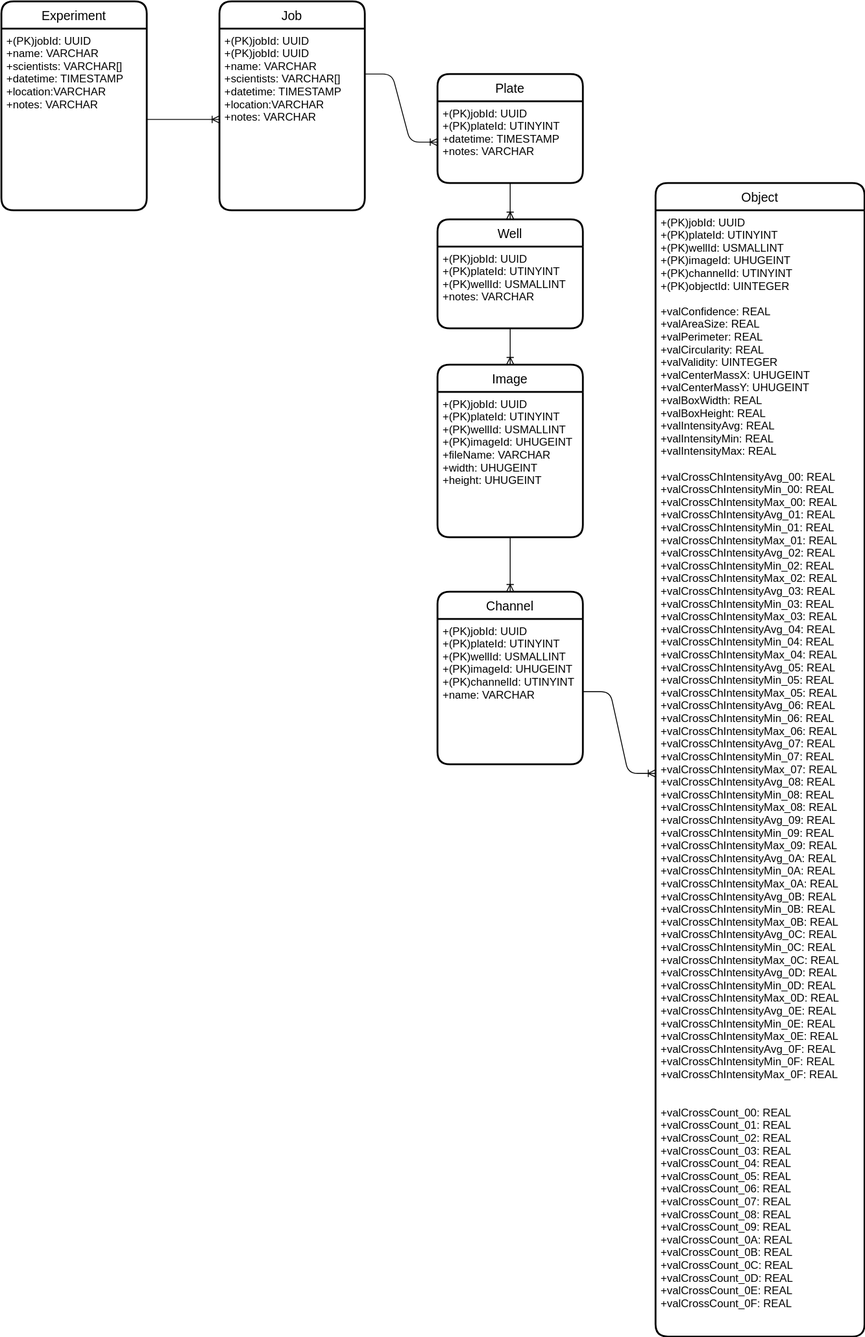
Before: doc/database.drawio.svg, a diagram exported from draw.io (joda01/imagec). Source tidied: cells renumbered, new cells last; positions are measured from the earlier drawing's top-left corner, leaving out a move shared by most shapes.
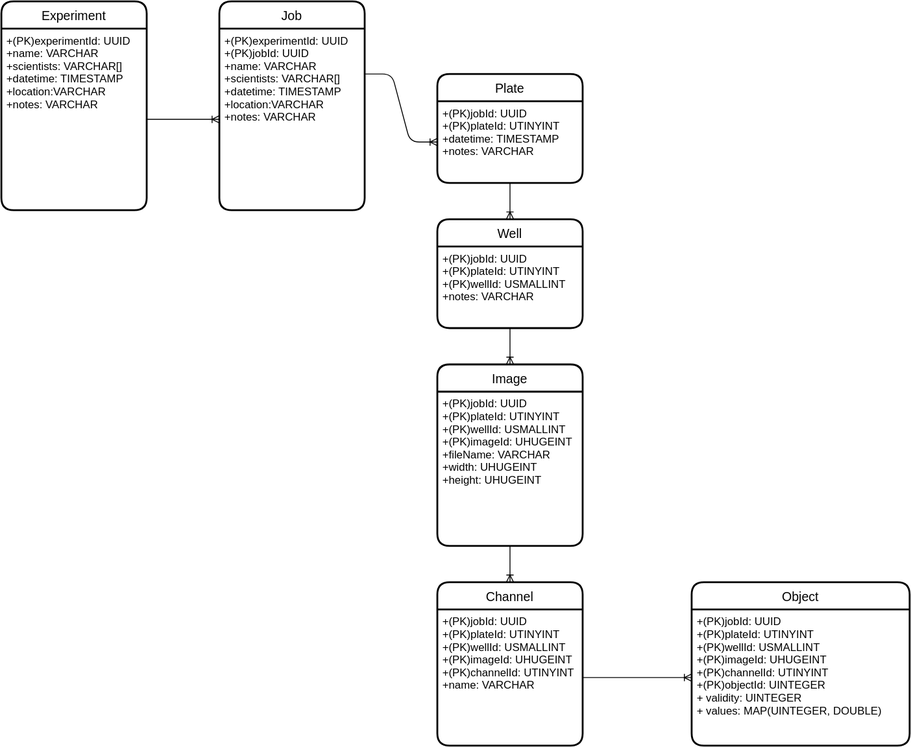
After the change.

The edit, as a diff of the source:
```diff
@@ -15,16 +15,16 @@
       <mxGeometry y="30" width="160" height="90" as="geometry" />
     </mxCell>
     <mxCell id="6" value="Image" style="swimlane;horizontal=1;startSize=30;rounded=1;fontSize=14;fontStyle=0;strokeWidth=2;shadow=0;dashed=0;align=center;" parent="1" vertex="1">
-      <mxGeometry x="480" y="400" width="160" height="190" as="geometry" />
+      <mxGeometry x="480" y="400" width="160" height="200" as="geometry" />
     </mxCell>
     <mxCell id="7" value="+(PK)jobId: UUID&#10;+(PK)plateId: UTINYINT&#10;+(PK)wellId: USMALLINT&#10;+(PK)imageId: UHUGEINT&#10;+fileName: VARCHAR&#10;+width: UHUGEINT&#10;+height: UHUGEINT" style="align=left;strokeColor=none;fillColor=none;spacingLeft=4;fontSize=12;verticalAlign=top;" parent="6" vertex="1">
-      <mxGeometry y="30" width="160" height="160" as="geometry" />
+      <mxGeometry y="30" width="160" height="170" as="geometry" />
     </mxCell>
     <mxCell id="8" value="Object" style="swimlane;horizontal=1;startSize=30;rounded=1;fontSize=14;fontStyle=0;strokeWidth=2;shadow=0;dashed=0;align=center;" parent="1" vertex="1">
-      <mxGeometry x="720" y="200" width="230" height="1270" as="geometry" />
+      <mxGeometry x="760" y="640" width="240" height="180" as="geometry" />
     </mxCell>
-    <mxCell id="9" value="+(PK)jobId: UUID&#10;+(PK)plateId: UTINYINT&#10;+(PK)wellId: USMALLINT&#10;+(PK)imageId: UHUGEINT&#10;+(PK)channelId: UTINYINT&#10;+(PK)objectId: UINTEGER&#10;&#10;+valConfidence: REAL&#10;+valAreaSize: REAL&#10;+valPerimeter: REAL&#10;+valCircularity: REAL&#10;+valValidity: UINTEGER&#10;+valCenterMassX: UHUGEINT&#10;+valCenterMassY: UHUGEINT&#10;+valBoxWidth: REAL&#10;+valBoxHeight: REAL&#10;+valIntensityAvg: REAL&#10;+valIntensityMin: REAL&#10;+valIntensityMax: REAL&#10;&#10;+valCrossChIntensityAvg_00: REAL&#10;+valCrossChIntensityMin_00: REAL&#10;+valCrossChIntensityMax_00: REAL&#10;+valCrossChIntensityAvg_01: REAL&#10;+valCrossChIntensityMin_01: REAL&#10;+valCrossChIntensityMax_01: REAL&#10;+valCrossChIntensityAvg_02: REAL&#10;+valCrossChIntensityMin_02: REAL&#10;+valCrossChIntensityMax_02: REAL&#10;+valCrossChIntensityAvg_03: REAL&#10;+valCrossChIntensityMin_03: REAL&#10;+valCrossChIntensityMax_03: REAL&#10;+valCrossChIntensityAvg_04: REAL&#10;+valCrossChIntensityMin_04: REAL&#10;+valCrossChIntensityMax_04: REAL&#10;+valCrossChIntensityAvg_05: REAL&#10;+valCrossChIntensityMin_05: REAL&#10;+valCrossChIntensityMax_05: REAL&#10;+valCrossChIntensityAvg_06: REAL&#10;+valCrossChIntensityMin_06: REAL&#10;+valCrossChIntensityMax_06: REAL&#10;+valCrossChIntensityAvg_07: REAL&#10;+valCrossChIntensityMin_07: REAL&#10;+valCrossChIntensityMax_07: REAL&#10;+valCrossChIntensityAvg_08: REAL&#10;+valCrossChIntensityMin_08: REAL&#10;+valCrossChIntensityMax_08: REAL&#10;+valCrossChIntensityAvg_09: REAL&#10;+valCrossChIntensityMin_09: REAL&#10;+valCrossChIntensityMax_09: REAL&#10;+valCrossChIntensityAvg_0A: REAL&#10;+valCrossChIntensityMin_0A: REAL&#10;+valCrossChIntensityMax_0A: REAL&#10;+valCrossChIntensityAvg_0B: REAL&#10;+valCrossChIntensityMin_0B: REAL&#10;+valCrossChIntensityMax_0B: REAL&#10;+valCrossChIntensityAvg_0C: REAL&#10;+valCrossChIntensityMin_0C: REAL&#10;+valCrossChIntensityMax_0C: REAL&#10;+valCrossChIntensityAvg_0D: REAL&#10;+valCrossChIntensityMin_0D: REAL&#10;+valCrossChIntensityMax_0D: REAL&#10;+valCrossChIntensityAvg_0E: REAL&#10;+valCrossChIntensityMin_0E: REAL&#10;+valCrossChIntensityMax_0E: REAL&#10;+valCrossChIntensityAvg_0F: REAL&#10;+valCrossChIntensityMin_0F: REAL&#10;+valCrossChIntensityMax_0F: REAL&#10;&#10;&#10;+valCrossCount_00: REAL&#10;+valCrossCount_01: REAL&#10;+valCrossCount_02: REAL&#10;+valCrossCount_03: REAL&#10;+valCrossCount_04: REAL&#10;+valCrossCount_05: REAL&#10;+valCrossCount_06: REAL&#10;+valCrossCount_07: REAL&#10;+valCrossCount_08: REAL&#10;+valCrossCount_09: REAL&#10;+valCrossCount_0A: REAL&#10;+valCrossCount_0B: REAL&#10;+valCrossCount_0C: REAL&#10;+valCrossCount_0D: REAL&#10;+valCrossCount_0E: REAL&#10;+valCrossCount_0F: REAL&#10;&#10;&#10;&#10;&#10;" style="align=left;strokeColor=none;fillColor=none;spacingLeft=4;fontSize=12;verticalAlign=top;" parent="8" vertex="1">
-      <mxGeometry y="30" width="230" height="1240" as="geometry" />
+    <mxCell id="9" value="+(PK)jobId: UUID&#10;+(PK)plateId: UTINYINT&#10;+(PK)wellId: USMALLINT&#10;+(PK)imageId: UHUGEINT&#10;+(PK)channelId: UTINYINT&#10;+(PK)objectId: UINTEGER&#10;+ validity: UINTEGER&#10;+ values: MAP(UINTEGER, DOUBLE)" style="align=left;strokeColor=none;fillColor=none;spacingLeft=4;fontSize=12;verticalAlign=top;" parent="8" vertex="1">
+      <mxGeometry y="30" width="240" height="150" as="geometry" />
     </mxCell>
     <mxCell id="10" value="Well" style="swimlane;horizontal=1;startSize=30;rounded=1;fontSize=14;fontStyle=0;strokeWidth=2;shadow=0;dashed=0;align=center;" parent="1" vertex="1">
       <mxGeometry x="480" y="240" width="160" height="120" as="geometry" />
@@ -42,10 +42,10 @@
       <mxGeometry relative="1" as="geometry" />
     </mxCell>
     <mxCell id="15" value="Channel" style="swimlane;horizontal=1;startSize=30;rounded=1;fontSize=14;fontStyle=0;strokeWidth=2;shadow=0;dashed=0;align=center;" parent="1" vertex="1">
-      <mxGeometry x="480" y="650" width="160" height="190" as="geometry" />
+      <mxGeometry x="480" y="640" width="160" height="180" as="geometry" />
     </mxCell>
     <mxCell id="16" value="+(PK)jobId: UUID&#10;+(PK)plateId: UTINYINT&#10;+(PK)wellId: USMALLINT&#10;+(PK)imageId: UHUGEINT&#10;+(PK)channelId: UTINYINT&#10;+name: VARCHAR" style="align=left;strokeColor=none;fillColor=none;spacingLeft=4;fontSize=12;verticalAlign=top;" parent="15" vertex="1">
-      <mxGeometry y="30" width="160" height="160" as="geometry" />
+      <mxGeometry y="30" width="160" height="150" as="geometry" />
     </mxCell>
     <mxCell id="17" style="fontSize=12;html=1;endArrow=ERoneToMany;entryX=0.5;entryY=0;entryDx=0;entryDy=0;exitX=0.5;exitY=1;exitDx=0;exitDy=0;" parent="1" edge="1" source="7" target="15">
       <mxGeometry relative="1" as="geometry" />
```
